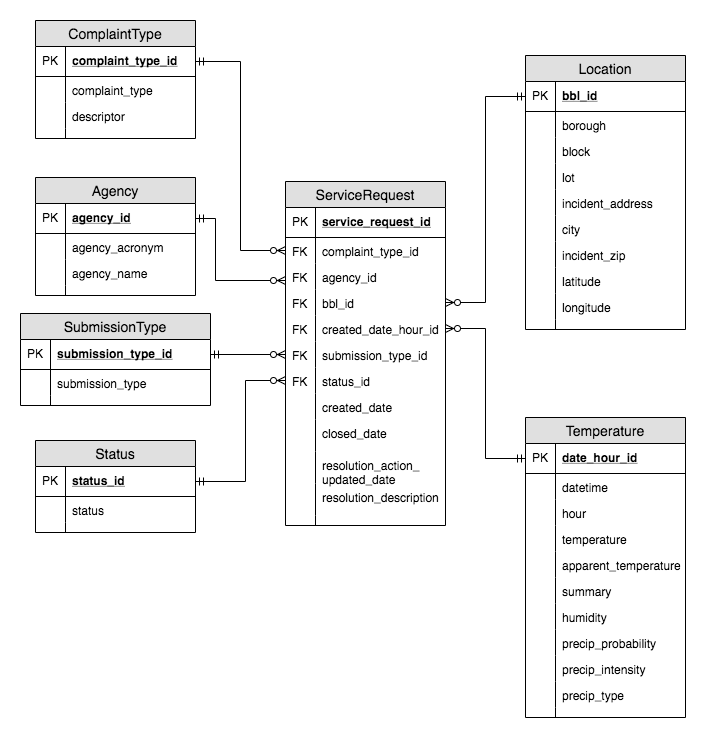
Before: nyc_311_ERD.png, a diagram exported from draw.io (wyattshapiro/nyc_311). Source tidied: cells renumbered, new cells last; positions are measured from the earlier drawing's top-left corner, leaving out a move shared by most shapes.
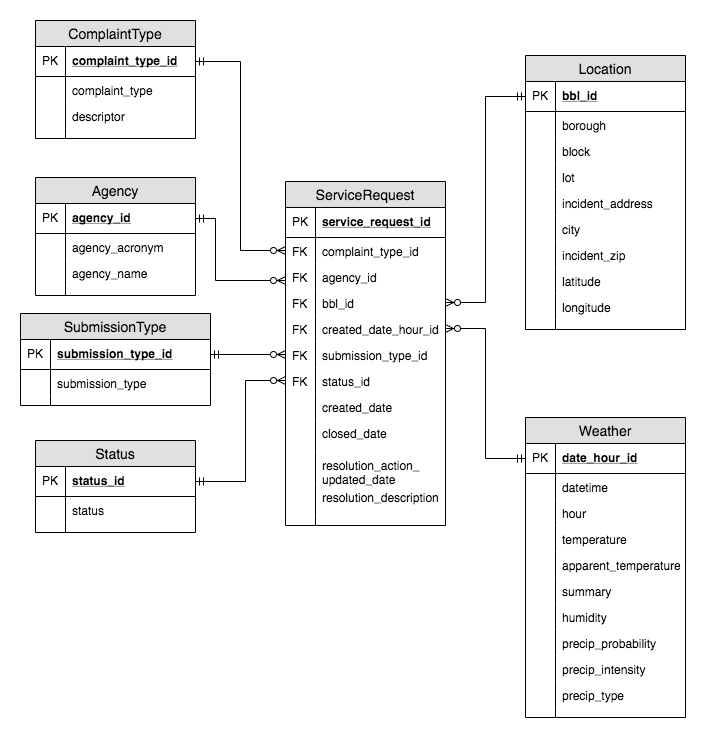
After the change.

Change to the diagram source:
```diff
@@ -252,7 +252,7 @@
     <mxCell id="81" style="shape=partialRectangle;top=0;left=0;bottom=0;fillColor=none;align=left;verticalAlign=top;spacingLeft=4;spacingRight=4;overflow=hidden;fontSize=12;" parent="80" vertex="1">
       <mxGeometry width="30" height="10" as="geometry" />
     </mxCell>
-    <mxCell id="82" value="Temperature" style="swimlane;fontStyle=0;horizontal=1;startSize=26;fillColor=#e0e0e0;swimlaneFillColor=#ffffff;align=center;fontSize=14;" parent="1" vertex="1">
+    <mxCell id="82" value="Weather" style="swimlane;fontStyle=0;horizontal=1;startSize=26;fillColor=#e0e0e0;swimlaneFillColor=#ffffff;align=center;fontSize=14;" parent="1" vertex="1">
       <mxGeometry x="505" y="397" width="160" height="300" as="geometry" />
     </mxCell>
     <mxCell id="83" value="date_hour_id" style="shape=partialRectangle;top=0;left=0;right=0;bottom=1;align=left;verticalAlign=middle;fillColor=none;spacingLeft=34;spacingRight=4;overflow=hidden;points=[[0,0.5],[1,0.5]];portConstraint=eastwest;fontStyle=5;fontSize=12;" parent="82" vertex="1">
```
